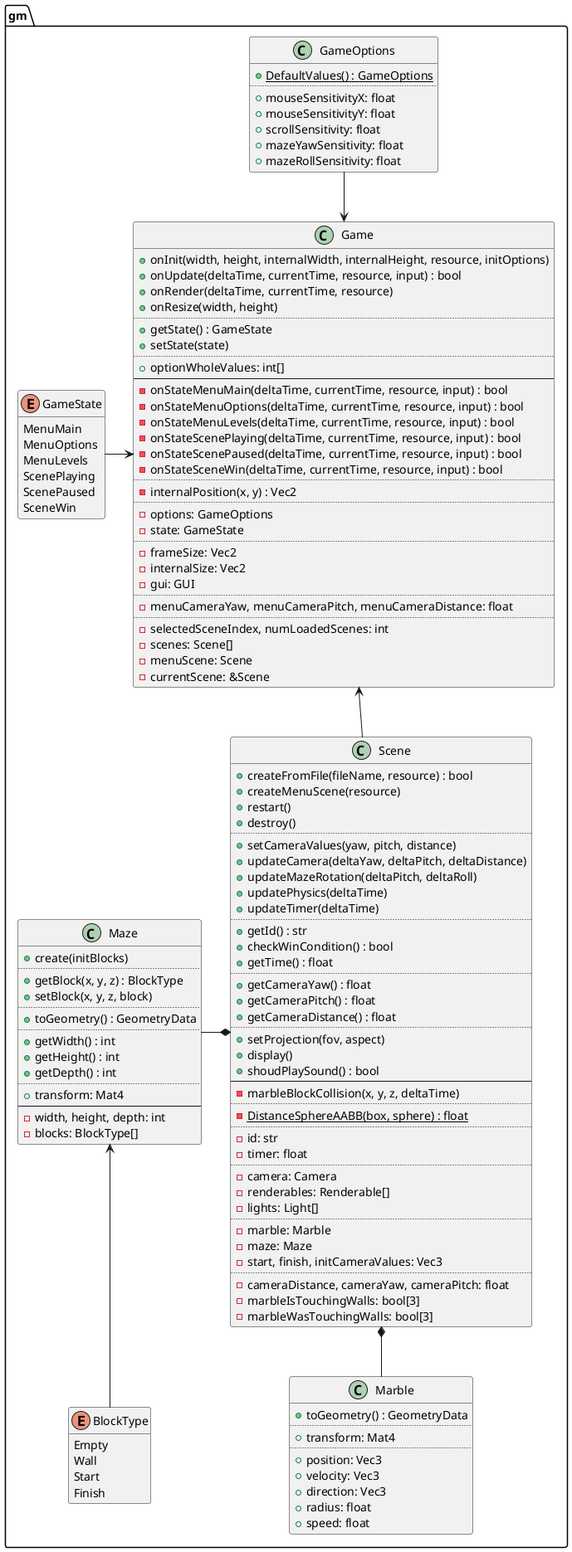
Before: design/gm.png, a diagram exported from PlantUML (ba6er/marblemaze).
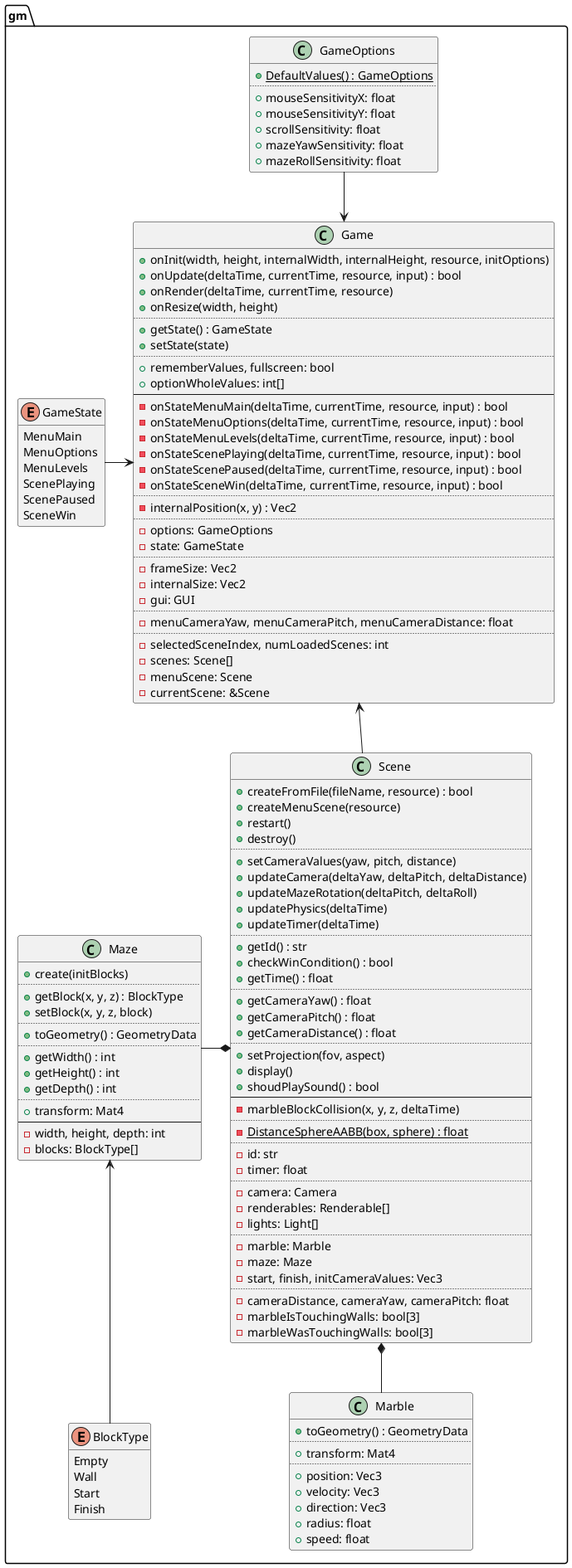
The same diagram one commit later.

Commit message:
Updated game UML to accommodate code changes

The edit, as a diff of the source:
```diff
@@ -31,6 +31,7 @@
 	+getState() : GameState
 	+setState(state)
 	..
+	+rememberValues, fullscreen: bool
 	+optionWholeValues: int[]
 	--
 	-onStateMenuMain(deltaTime, currentTime, resource, input) : bool
```
